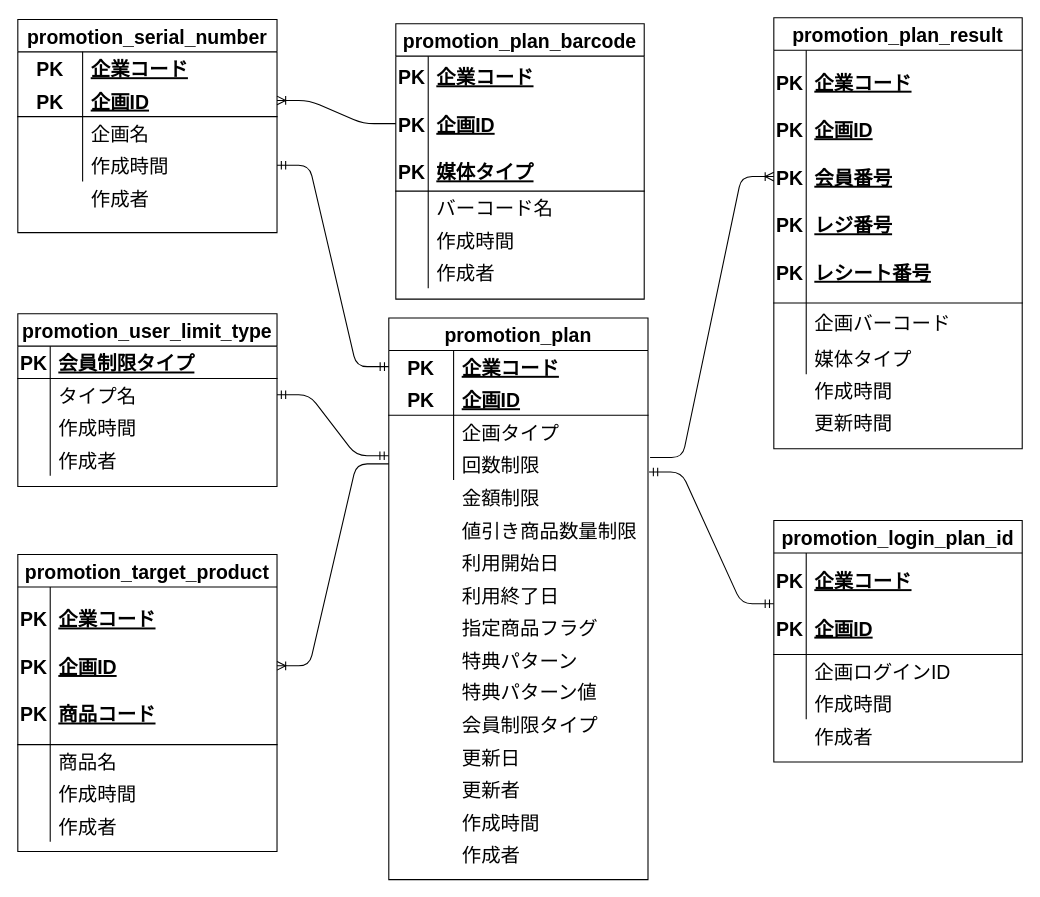
Before: poc_barcode.drawio in 10151940/Life, a draw.io diagram. Source tidied: cells renumbered, new cells numbered last; positions are measured from the earlier drawing's top-left corner, leaving out a move shared by most shapes. Both pictures are drawn from the tidied source at 108%, with x=0, y=0 at pixel (17, 17).
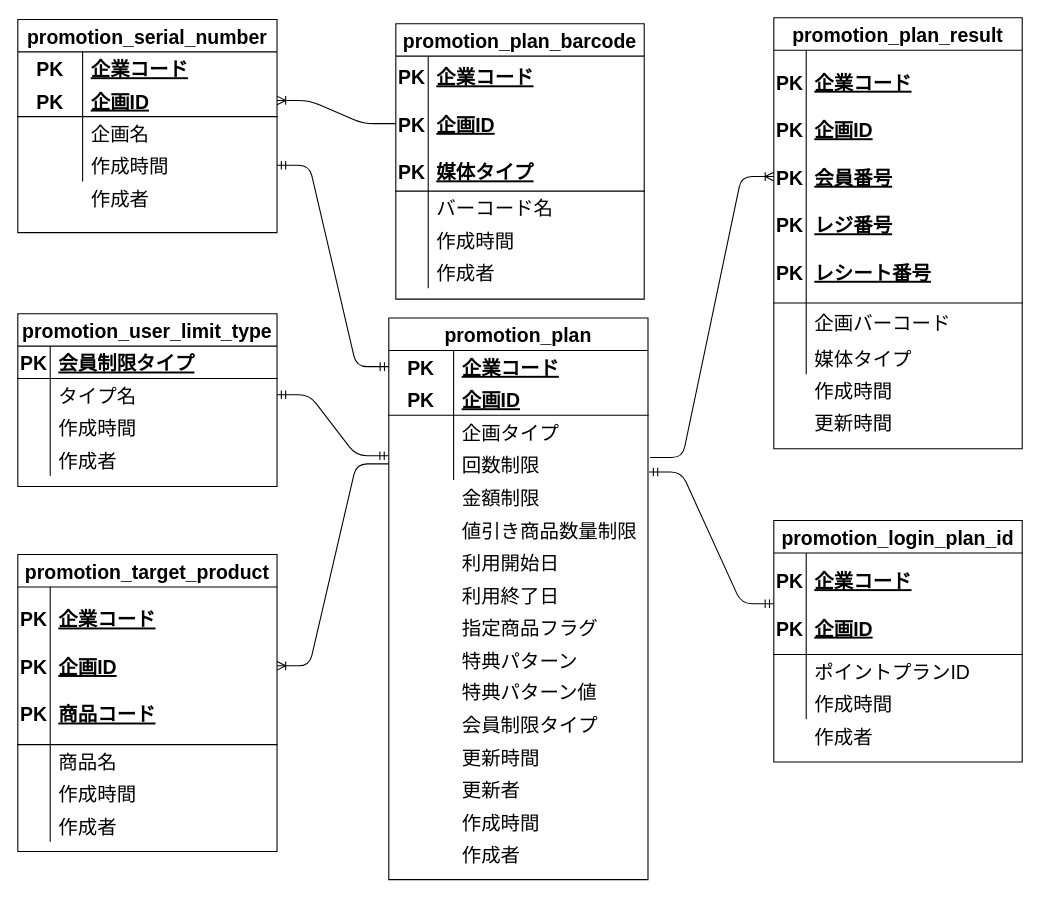
Above is the later version.

The change refers to these unchanged cells:
```xml
<mxCell id="32" style="group;" parent="18" vertex="1">
  <mxGeometry x="60" y="150" width="180" height="361.2" as="geometry" />
</mxCell>
<mxCell id="70" style="shape=partialRectangle;fillColor=none;top=0;left=0;bottom=0;right=0;fontSize=18;" parent="66" vertex="1">
  <mxGeometry y="124" width="230" height="30" as="geometry" />
</mxCell>
```

What changed in the source:
```diff
@@
-    <mxCell id="40" value="更新日" style="shape=partialRectangle;fillColor=none;top=0;left=0;bottom=0;right=0;align=left;spacingLeft=6;overflow=hidden;fontSize=18;" parent="32" vertex="1">
+    <mxCell id="40" value="更新時間" style="shape=partialRectangle;fillColor=none;top=0;left=0;bottom=0;right=0;align=left;spacingLeft=6;overflow=hidden;fontSize=18;" parent="32" vertex="1">
       <mxGeometry y="241.2" width="180" height="30" as="geometry" />
     </mxCell>
@@
-    <mxCell id="72" value="企画ログインID" style="shape=partialRectangle;fillColor=none;top=0;left=0;bottom=0;right=0;align=left;spacingLeft=6;overflow=hidden;fontSize=18;" parent="70" vertex="1">
+    <mxCell id="72" value="ポイントプランID" style="shape=partialRectangle;fillColor=none;top=0;left=0;bottom=0;right=0;align=left;spacingLeft=6;overflow=hidden;fontSize=18;" parent="70" vertex="1">
       <mxGeometry x="30" width="200" height="30" as="geometry" />
     </mxCell>
```
